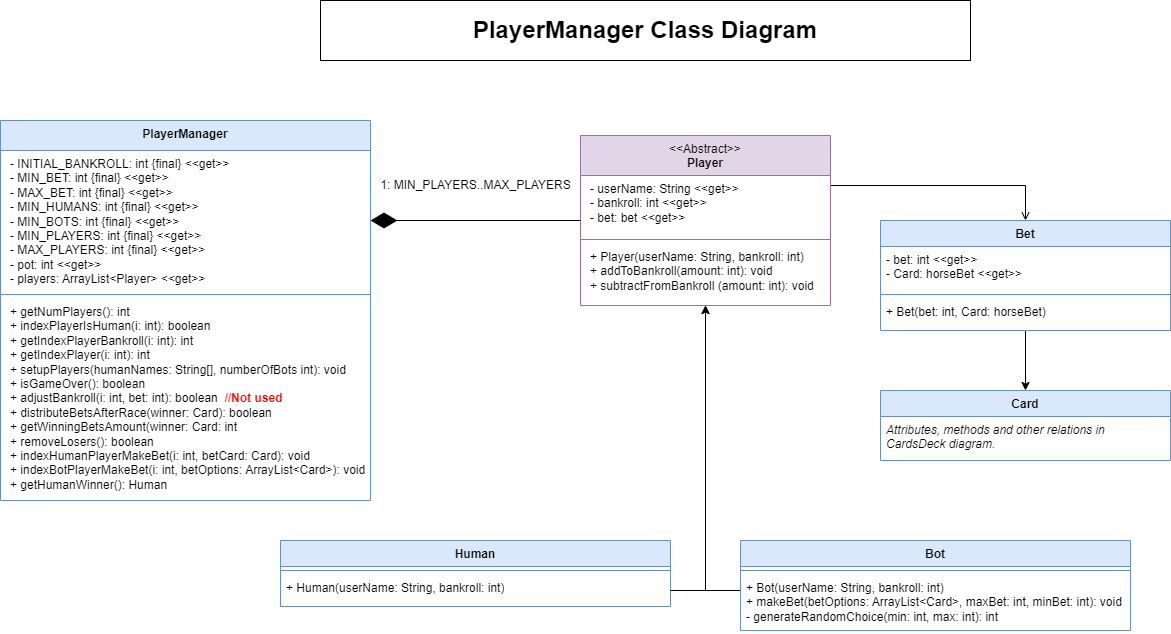
Before: resources/class-diagrams/PlayerManager.png, a diagram exported from draw.io (svmmydev/HorseRace-Console). Source tidied: cells renumbered, new cells last; positions are measured from the earlier drawing's top-left corner, leaving out a move shared by most shapes. Source of this version:
```xml
<mxGraphModel>
  <root>
    <mxCell id="0" />
    <mxCell id="1" parent="0" />
    <mxCell id="2" style="edgeStyle=orthogonalEdgeStyle;rounded=0;jettySize=auto;html=1;endArrow=open;endFill=0;" parent="1" edge="1" source="3" target="8">
      <mxGeometry relative="1" as="geometry">
        <Array as="points">
          <mxPoint x="740" y="185" />
          <mxPoint x="740" y="185" />
        </Array>
      </mxGeometry>
    </mxCell>
    <mxCell id="3" value="&lt;span style=&quot;font-weight: 400;&quot;&gt;&amp;lt;&amp;lt;Abstract&amp;gt;&amp;gt;&lt;/span&gt;&lt;br&gt;&lt;div&gt;Player&lt;/div&gt;" style="swimlane;fontStyle=1;align=center;verticalAlign=top;horizontal=1;startSize=40;whiteSpace=wrap;html=1;fillColor=#e1d5e7;strokeColor=#9673a6;" parent="1" vertex="1">
      <mxGeometry x="580" y="135" width="250" height="170" as="geometry" />
    </mxCell>
    <mxCell id="4" value="&lt;p style=&quot;margin: 0px 0px 0px 4px;&quot;&gt;- userName: String&amp;nbsp;&lt;span style=&quot;background-color: initial;&quot;&gt;&amp;lt;&amp;lt;get&amp;gt;&amp;gt;&lt;/span&gt;&lt;/p&gt;&lt;p style=&quot;margin: 0px 0px 0px 4px;&quot;&gt;- bankroll: int&amp;nbsp;&lt;span style=&quot;background-color: initial;&quot;&gt;&amp;lt;&amp;lt;get&amp;gt;&amp;gt;&lt;/span&gt;&lt;/p&gt;&lt;p style=&quot;margin: 0px 0px 0px 4px;&quot;&gt;- bet: bet&amp;nbsp;&lt;span style=&quot;background-color: initial;&quot;&gt;&amp;lt;&amp;lt;get&amp;gt;&amp;gt;&lt;/span&gt;&lt;/p&gt;" style="text;strokeColor=none;fillColor=none;align=left;verticalAlign=top;spacingLeft=4;spacingRight=4;overflow=hidden;whiteSpace=wrap;html=1;" parent="3" vertex="1">
      <mxGeometry y="40" width="250" height="60" as="geometry" />
    </mxCell>
    <mxCell id="5" style="line;strokeWidth=1;fillColor=none;align=left;verticalAlign=middle;spacingTop=-1;spacingLeft=3;spacingRight=3;labelPosition=right;strokeColor=inherit;" parent="3" vertex="1">
      <mxGeometry y="100" width="250" height="8" as="geometry" />
    </mxCell>
    <mxCell id="6" value="&lt;p style=&quot;margin: 0px 0px 0px 4px;&quot;&gt;+ Player(userName: String, bankroll: int)&lt;/p&gt;&lt;p style=&quot;margin: 0px 0px 0px 4px;&quot;&gt;+ addToBankroll(amount: int): void&lt;/p&gt;&lt;p style=&quot;margin: 0px 0px 0px 4px;&quot;&gt;+ subtractFromBankroll (amount: int): void&lt;/p&gt;" style="text;strokeColor=none;fillColor=none;align=left;verticalAlign=top;spacingLeft=4;spacingRight=4;overflow=hidden;whiteSpace=wrap;html=1;" parent="3" vertex="1">
      <mxGeometry y="108" width="250" height="62" as="geometry" />
    </mxCell>
    <mxCell id="7" style="edgeStyle=orthogonalEdgeStyle;rounded=0;jettySize=auto;html=1;" parent="1" edge="1" source="8" target="27">
      <mxGeometry relative="1" as="geometry" />
    </mxCell>
    <mxCell id="8" value="Bet" style="swimlane;fontStyle=1;align=center;verticalAlign=top;horizontal=1;startSize=26;whiteSpace=wrap;html=1;fillColor=#dae8fc;strokeColor=#6c8ebf;" parent="1" vertex="1">
      <mxGeometry x="880" y="220" width="290" height="110" as="geometry" />
    </mxCell>
    <mxCell id="9" value="- bet: int &amp;lt;&amp;lt;get&amp;gt;&amp;gt;&lt;div&gt;- Card: horseBet &amp;lt;&amp;lt;get&amp;gt;&amp;gt;&lt;/div&gt;" style="text;strokeColor=none;fillColor=none;align=left;verticalAlign=top;spacingLeft=4;spacingRight=4;overflow=hidden;whiteSpace=wrap;html=1;" parent="8" vertex="1">
      <mxGeometry y="26" width="290" height="44" as="geometry" />
    </mxCell>
    <mxCell id="10" style="line;strokeWidth=1;fillColor=none;align=left;verticalAlign=middle;spacingTop=-1;spacingLeft=3;spacingRight=3;labelPosition=right;strokeColor=inherit;" parent="8" vertex="1">
      <mxGeometry y="70" width="290" height="8" as="geometry" />
    </mxCell>
    <mxCell id="11" value="+ Bet(bet: int,&amp;nbsp;&lt;span style=&quot;background-color: initial;&quot;&gt;Card: horseBet)&lt;/span&gt;" style="text;strokeColor=none;fillColor=none;align=left;verticalAlign=top;spacingLeft=4;spacingRight=4;overflow=hidden;whiteSpace=wrap;html=1;" parent="8" vertex="1">
      <mxGeometry y="78" width="290" height="32" as="geometry" />
    </mxCell>
    <mxCell id="12" value="Human" style="swimlane;fontStyle=1;align=center;verticalAlign=top;horizontal=1;startSize=26;whiteSpace=wrap;html=1;fillColor=#dae8fc;strokeColor=#6c8ebf;" parent="1" vertex="1">
      <mxGeometry x="280" y="540" width="390" height="66" as="geometry" />
    </mxCell>
    <mxCell id="13" style="line;strokeWidth=1;fillColor=none;align=left;verticalAlign=middle;spacingTop=-1;spacingLeft=3;spacingRight=3;labelPosition=right;strokeColor=inherit;" parent="12" vertex="1">
      <mxGeometry y="26" width="390" height="8" as="geometry" />
    </mxCell>
    <mxCell id="14" value="+ Human(userName: String, bankroll: int&lt;span style=&quot;background-color: initial;&quot;&gt;)&lt;/span&gt;" style="text;strokeColor=none;fillColor=none;align=left;verticalAlign=top;spacingLeft=4;spacingRight=4;overflow=hidden;points=[[0,0.5],[1,0.5]];portConstraint=eastwest;whiteSpace=wrap;html=1;" parent="12" vertex="1">
      <mxGeometry y="34" width="390" height="32" as="geometry" />
    </mxCell>
    <mxCell id="15" style="edgeStyle=orthogonalEdgeStyle;rounded=0;jettySize=auto;html=1;" parent="1" edge="1" source="16" target="3">
      <mxGeometry relative="1" as="geometry">
        <Array as="points">
          <mxPoint x="705" y="590" />
        </Array>
      </mxGeometry>
    </mxCell>
    <mxCell id="16" value="Bot" style="swimlane;fontStyle=1;align=center;verticalAlign=top;horizontal=1;startSize=26;whiteSpace=wrap;html=1;fillColor=#dae8fc;strokeColor=#6c8ebf;" parent="1" vertex="1">
      <mxGeometry x="740" y="540" width="390" height="90" as="geometry" />
    </mxCell>
    <mxCell id="17" style="line;strokeWidth=1;fillColor=none;align=left;verticalAlign=middle;spacingTop=-1;spacingLeft=3;spacingRight=3;labelPosition=right;strokeColor=inherit;" parent="16" vertex="1">
      <mxGeometry y="26" width="390" height="8" as="geometry" />
    </mxCell>
    <mxCell id="18" value="+ Bot(userName: String, bankroll: int&lt;span style=&quot;background-color: initial;&quot;&gt;)&lt;/span&gt;&lt;div&gt;&lt;span style=&quot;background-color: initial;&quot;&gt;+ makeBet(betOptions: ArrayList&amp;lt;Card&amp;gt;, maxBet: int, minBet: int): void&lt;/span&gt;&lt;/div&gt;&lt;div&gt;&lt;span style=&quot;background-color: initial;&quot;&gt;- generateRandomChoice(&lt;/span&gt;&lt;span style=&quot;background-color: initial;&quot;&gt;min: int, max: int): int&lt;/span&gt;&lt;/div&gt;" style="text;strokeColor=none;fillColor=none;align=left;verticalAlign=top;spacingLeft=4;spacingRight=4;overflow=hidden;whiteSpace=wrap;html=1;" parent="16" vertex="1">
      <mxGeometry y="34" width="390" height="56" as="geometry" />
    </mxCell>
    <mxCell id="19" style="edgeStyle=orthogonalEdgeStyle;rounded=0;jettySize=auto;html=1;" parent="1" edge="1" source="14" target="3">
      <mxGeometry relative="1" as="geometry" />
    </mxCell>
    <mxCell id="20" value="&lt;div&gt;PlayerManager&lt;/div&gt;" style="swimlane;fontStyle=1;align=center;verticalAlign=top;horizontal=1;startSize=30;whiteSpace=wrap;html=1;fillColor=#dae8fc;strokeColor=#6c8ebf;" parent="1" vertex="1">
      <mxGeometry y="120" width="370" height="380" as="geometry" />
    </mxCell>
    <mxCell id="21" value="&lt;p style=&quot;margin: 0px 0px 0px 4px;&quot;&gt;- INITIAL_BANKROLL: int {final}&amp;nbsp;&lt;span style=&quot;background-color: initial;&quot;&gt;&amp;lt;&amp;lt;get&amp;gt;&amp;gt;&lt;/span&gt;&lt;/p&gt;&lt;p style=&quot;margin: 0px 0px 0px 4px;&quot;&gt;- MIN_BET: int {final}&lt;span style=&quot;background-color: initial;&quot;&gt;&amp;nbsp;&lt;/span&gt;&lt;span style=&quot;background-color: initial;&quot;&gt;&amp;lt;&amp;lt;get&amp;gt;&amp;gt;&lt;/span&gt;&lt;/p&gt;&lt;p style=&quot;margin: 0px 0px 0px 4px;&quot;&gt;- MAX_BET: int&amp;nbsp;&lt;span style=&quot;background-color: initial;&quot;&gt;{final}&lt;/span&gt;&lt;span style=&quot;background-color: initial;&quot;&gt;&amp;nbsp;&lt;/span&gt;&lt;span style=&quot;background-color: initial;&quot;&gt;&amp;lt;&amp;lt;get&amp;gt;&amp;gt;&lt;/span&gt;&lt;/p&gt;&lt;p style=&quot;margin: 0px 0px 0px 4px;&quot;&gt;&lt;span style=&quot;background-color: initial;&quot;&gt;- MIN_HUMANS&lt;/span&gt;&lt;span style=&quot;background-color: initial;&quot;&gt;: int&amp;nbsp;&lt;/span&gt;&lt;span style=&quot;background-color: initial;&quot;&gt;{final}&lt;/span&gt;&lt;span style=&quot;background-color: initial;&quot;&gt;&amp;nbsp;&lt;/span&gt;&lt;span style=&quot;background-color: initial;&quot;&gt;&amp;lt;&amp;lt;get&amp;gt;&amp;gt;&lt;/span&gt;&lt;/p&gt;&lt;p style=&quot;margin: 0px 0px 0px 4px;&quot;&gt;&lt;span style=&quot;background-color: initial;&quot;&gt;- MIN_BOTS&lt;/span&gt;&lt;span style=&quot;background-color: initial;&quot;&gt;: int&amp;nbsp;&lt;/span&gt;&lt;span style=&quot;background-color: initial;&quot;&gt;{final}&lt;/span&gt;&lt;span style=&quot;background-color: initial;&quot;&gt;&amp;nbsp;&lt;/span&gt;&lt;span style=&quot;background-color: initial;&quot;&gt;&amp;lt;&amp;lt;get&amp;gt;&amp;gt;&lt;/span&gt;&lt;/p&gt;&lt;p style=&quot;margin: 0px 0px 0px 4px;&quot;&gt;&lt;span style=&quot;background-color: initial;&quot;&gt;- MIN_PLAYERS&lt;/span&gt;&lt;span style=&quot;background-color: initial;&quot;&gt;: int&amp;nbsp;&lt;/span&gt;&lt;span style=&quot;background-color: initial;&quot;&gt;{final}&lt;/span&gt;&lt;span style=&quot;background-color: initial;&quot;&gt;&amp;nbsp;&lt;/span&gt;&lt;span style=&quot;background-color: initial;&quot;&gt;&amp;lt;&amp;lt;get&amp;gt;&amp;gt;&lt;/span&gt;&lt;/p&gt;&lt;p style=&quot;margin: 0px 0px 0px 4px;&quot;&gt;- MAX_PLAYERS&lt;span style=&quot;background-color: initial;&quot;&gt;: int&amp;nbsp;&lt;/span&gt;&lt;span style=&quot;background-color: initial;&quot;&gt;{final}&lt;/span&gt;&lt;span style=&quot;background-color: initial;&quot;&gt;&amp;nbsp;&lt;/span&gt;&lt;span style=&quot;background-color: initial;&quot;&gt;&amp;lt;&amp;lt;get&amp;gt;&amp;gt;&lt;/span&gt;&lt;/p&gt;&lt;p style=&quot;margin: 0px 0px 0px 4px;&quot;&gt;&lt;span style=&quot;background-color: initial;&quot;&gt;- pot: int &amp;lt;&amp;lt;get&amp;gt;&amp;gt;&lt;/span&gt;&lt;/p&gt;&lt;p style=&quot;margin: 0px 0px 0px 4px;&quot;&gt;&lt;span style=&quot;background-color: initial;&quot;&gt;- players: ArrayList&amp;lt;Player&amp;gt; &amp;lt;&amp;lt;get&amp;gt;&amp;gt;&lt;/span&gt;&lt;/p&gt;" style="text;strokeColor=none;fillColor=none;align=left;verticalAlign=top;spacingLeft=4;spacingRight=4;overflow=hidden;points=[[0,0.5],[1,0.5]];portConstraint=eastwest;whiteSpace=wrap;html=1;" parent="20" vertex="1">
      <mxGeometry y="30" width="370" height="140" as="geometry" />
    </mxCell>
    <mxCell id="22" style="line;strokeWidth=1;fillColor=none;align=left;verticalAlign=middle;spacingTop=-1;spacingLeft=3;spacingRight=3;labelPosition=right;strokeColor=inherit;" parent="20" vertex="1">
      <mxGeometry y="170" width="370" height="8" as="geometry" />
    </mxCell>
    <mxCell id="23" value="&lt;p style=&quot;margin: 0px 0px 0px 4px;&quot;&gt;+ getNumPlayers(): int&lt;/p&gt;&lt;p style=&quot;margin: 0px 0px 0px 4px;&quot;&gt;+ indexPlayerIsHuman(i: int): boolean&lt;/p&gt;&lt;p style=&quot;margin: 0px 0px 0px 4px;&quot;&gt;+ getIndexPlayerBankroll(i: int): int&lt;/p&gt;&lt;p style=&quot;margin: 0px 0px 0px 4px;&quot;&gt;+ getIndexPlayer(i: int): int&lt;/p&gt;&lt;p style=&quot;margin: 0px 0px 0px 4px;&quot;&gt;+ setupPlayers(humanNames: String[], numberOfBots int): void&lt;/p&gt;&lt;p style=&quot;margin: 0px 0px 0px 4px;&quot;&gt;+ isGameOver(): boolean&lt;/p&gt;&lt;p style=&quot;margin: 0px 0px 0px 4px;&quot;&gt;+ adjustBankroll(i: int, bet: int): boolean&amp;nbsp; &lt;b&gt;&lt;font color=&quot;#ff0000&quot;&gt;//Not used&lt;/font&gt;&lt;/b&gt;&lt;/p&gt;&lt;p style=&quot;margin: 0px 0px 0px 4px;&quot;&gt;+ distributeBetsAfterRace(winner: Card): boolean&lt;/p&gt;&lt;p style=&quot;margin: 0px 0px 0px 4px;&quot;&gt;+ getWinningBetsAmount(winner: Card: int&lt;/p&gt;&lt;p style=&quot;margin: 0px 0px 0px 4px;&quot;&gt;+ removeLosers(): boolean&lt;/p&gt;&lt;p style=&quot;margin: 0px 0px 0px 4px;&quot;&gt;+ indexHumanPlayerMakeBet(i: int, betCard: Card): void&lt;/p&gt;&lt;p style=&quot;margin: 0px 0px 0px 4px;&quot;&gt;+ indexBotPlayerMakeBet(i: int, betOptions: ArrayList&amp;lt;Card&amp;gt;): void&lt;br&gt;&lt;/p&gt;&lt;p style=&quot;margin: 0px 0px 0px 4px;&quot;&gt;+ getHumanWinner(): Human&lt;/p&gt;" style="text;strokeColor=none;fillColor=none;align=left;verticalAlign=top;spacingLeft=4;spacingRight=4;overflow=hidden;whiteSpace=wrap;html=1;" parent="20" vertex="1">
      <mxGeometry y="178" width="370" height="202" as="geometry" />
    </mxCell>
    <mxCell id="24" style="endArrow=diamondThin;endFill=1;endSize=24;html=1;rounded=0;" parent="1" edge="1" source="3" target="21">
      <mxGeometry relative="1" as="geometry" />
    </mxCell>
    <mxCell id="25" value="1: MIN_PLAYERS..MAX_PLAYERS" style="text;html=1;align=center;verticalAlign=middle;strokeColor=none;fillColor=none;" parent="1" vertex="1">
      <mxGeometry x="370" y="170" width="210" height="30" as="geometry" />
    </mxCell>
    <mxCell id="26" value="PlayerManager Class Diagram" style="rounded=0;whiteSpace=wrap;html=1;fontStyle=1;fontSize=24;" parent="1" vertex="1">
      <mxGeometry x="320" width="650" height="60" as="geometry" />
    </mxCell>
    <mxCell id="27" value="&lt;b&gt;Card&lt;/b&gt;" style="swimlane;fontStyle=0;align=center;verticalAlign=top;horizontal=1;startSize=26;whiteSpace=wrap;html=1;fillColor=#dae8fc;strokeColor=#6c8ebf;" parent="1" vertex="1">
      <mxGeometry x="880" y="390" width="290" height="70" as="geometry" />
    </mxCell>
    <mxCell id="28" value="&lt;i&gt;Attributes, methods and other relations in CardsDeck diagram.&lt;/i&gt;" style="text;align=left;verticalAlign=top;spacingLeft=4;spacingRight=4;overflow=hidden;whiteSpace=wrap;html=1;" parent="27" vertex="1">
      <mxGeometry y="26" width="290" height="44" as="geometry" />
    </mxCell>
  </root>
</mxGraphModel>
```
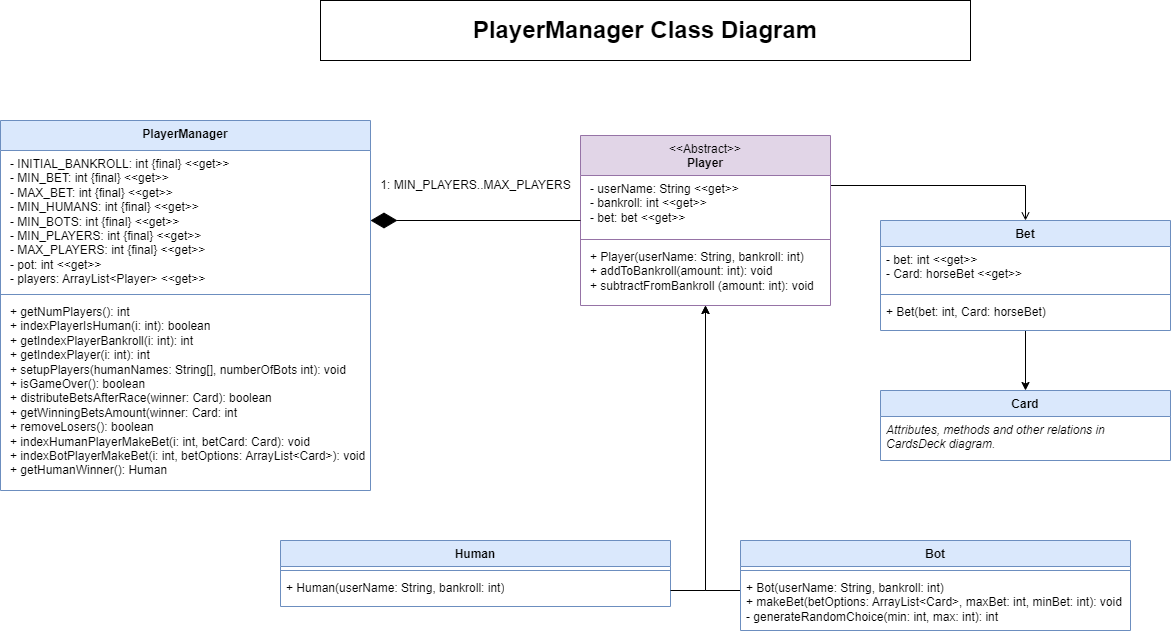
Later version of the same file.

The edit, as a diff of the source:
```diff
@@ -66,7 +66,7 @@
       <mxGeometry relative="1" as="geometry" />
     </mxCell>
     <mxCell id="20" value="&lt;div&gt;PlayerManager&lt;/div&gt;" style="swimlane;fontStyle=1;align=center;verticalAlign=top;horizontal=1;startSize=30;whiteSpace=wrap;html=1;fillColor=#dae8fc;strokeColor=#6c8ebf;" parent="1" vertex="1">
-      <mxGeometry y="120" width="370" height="380" as="geometry" />
+      <mxGeometry y="120" width="370" height="370" as="geometry" />
     </mxCell>
     <mxCell id="21" value="&lt;p style=&quot;margin: 0px 0px 0px 4px;&quot;&gt;- INITIAL_BANKROLL: int {final}&amp;nbsp;&lt;span style=&quot;background-color: initial;&quot;&gt;&amp;lt;&amp;lt;get&amp;gt;&amp;gt;&lt;/span&gt;&lt;/p&gt;&lt;p style=&quot;margin: 0px 0px 0px 4px;&quot;&gt;- MIN_BET: int {final}&lt;span style=&quot;background-color: initial;&quot;&gt;&amp;nbsp;&lt;/span&gt;&lt;span style=&quot;background-color: initial;&quot;&gt;&amp;lt;&amp;lt;get&amp;gt;&amp;gt;&lt;/span&gt;&lt;/p&gt;&lt;p style=&quot;margin: 0px 0px 0px 4px;&quot;&gt;- MAX_BET: int&amp;nbsp;&lt;span style=&quot;background-color: initial;&quot;&gt;{final}&lt;/span&gt;&lt;span style=&quot;background-color: initial;&quot;&gt;&amp;nbsp;&lt;/span&gt;&lt;span style=&quot;background-color: initial;&quot;&gt;&amp;lt;&amp;lt;get&amp;gt;&amp;gt;&lt;/span&gt;&lt;/p&gt;&lt;p style=&quot;margin: 0px 0px 0px 4px;&quot;&gt;&lt;span style=&quot;background-color: initial;&quot;&gt;- MIN_HUMANS&lt;/span&gt;&lt;span style=&quot;background-color: initial;&quot;&gt;: int&amp;nbsp;&lt;/span&gt;&lt;span style=&quot;background-color: initial;&quot;&gt;{final}&lt;/span&gt;&lt;span style=&quot;background-color: initial;&quot;&gt;&amp;nbsp;&lt;/span&gt;&lt;span style=&quot;background-color: initial;&quot;&gt;&amp;lt;&amp;lt;get&amp;gt;&amp;gt;&lt;/span&gt;&lt;/p&gt;&lt;p style=&quot;margin: 0px 0px 0px 4px;&quot;&gt;&lt;span style=&quot;background-color: initial;&quot;&gt;- MIN_BOTS&lt;/span&gt;&lt;span style=&quot;background-color: initial;&quot;&gt;: int&amp;nbsp;&lt;/span&gt;&lt;span style=&quot;background-color: initial;&quot;&gt;{final}&lt;/span&gt;&lt;span style=&quot;background-color: initial;&quot;&gt;&amp;nbsp;&lt;/span&gt;&lt;span style=&quot;background-color: initial;&quot;&gt;&amp;lt;&amp;lt;get&amp;gt;&amp;gt;&lt;/span&gt;&lt;/p&gt;&lt;p style=&quot;margin: 0px 0px 0px 4px;&quot;&gt;&lt;span style=&quot;background-color: initial;&quot;&gt;- MIN_PLAYERS&lt;/span&gt;&lt;span style=&quot;background-color: initial;&quot;&gt;: int&amp;nbsp;&lt;/span&gt;&lt;span style=&quot;background-color: initial;&quot;&gt;{final}&lt;/span&gt;&lt;span style=&quot;background-color: initial;&quot;&gt;&amp;nbsp;&lt;/span&gt;&lt;span style=&quot;background-color: initial;&quot;&gt;&amp;lt;&amp;lt;get&amp;gt;&amp;gt;&lt;/span&gt;&lt;/p&gt;&lt;p style=&quot;margin: 0px 0px 0px 4px;&quot;&gt;- MAX_PLAYERS&lt;span style=&quot;background-color: initial;&quot;&gt;: int&amp;nbsp;&lt;/span&gt;&lt;span style=&quot;background-color: initial;&quot;&gt;{final}&lt;/span&gt;&lt;span style=&quot;background-color: initial;&quot;&gt;&amp;nbsp;&lt;/span&gt;&lt;span style=&quot;background-color: initial;&quot;&gt;&amp;lt;&amp;lt;get&amp;gt;&amp;gt;&lt;/span&gt;&lt;/p&gt;&lt;p style=&quot;margin: 0px 0px 0px 4px;&quot;&gt;&lt;span style=&quot;background-color: initial;&quot;&gt;- pot: int &amp;lt;&amp;lt;get&amp;gt;&amp;gt;&lt;/span&gt;&lt;/p&gt;&lt;p style=&quot;margin: 0px 0px 0px 4px;&quot;&gt;&lt;span style=&quot;background-color: initial;&quot;&gt;- players: ArrayList&amp;lt;Player&amp;gt; &amp;lt;&amp;lt;get&amp;gt;&amp;gt;&lt;/span&gt;&lt;/p&gt;" style="text;strokeColor=none;fillColor=none;align=left;verticalAlign=top;spacingLeft=4;spacingRight=4;overflow=hidden;points=[[0,0.5],[1,0.5]];portConstraint=eastwest;whiteSpace=wrap;html=1;" parent="20" vertex="1">
       <mxGeometry y="30" width="370" height="140" as="geometry" />
@@ -74,8 +74,8 @@
     <mxCell id="22" style="line;strokeWidth=1;fillColor=none;align=left;verticalAlign=middle;spacingTop=-1;spacingLeft=3;spacingRight=3;labelPosition=right;strokeColor=inherit;" parent="20" vertex="1">
       <mxGeometry y="170" width="370" height="8" as="geometry" />
     </mxCell>
-    <mxCell id="23" value="&lt;p style=&quot;margin: 0px 0px 0px 4px;&quot;&gt;+ getNumPlayers(): int&lt;/p&gt;&lt;p style=&quot;margin: 0px 0px 0px 4px;&quot;&gt;+ indexPlayerIsHuman(i: int): boolean&lt;/p&gt;&lt;p style=&quot;margin: 0px 0px 0px 4px;&quot;&gt;+ getIndexPlayerBankroll(i: int): int&lt;/p&gt;&lt;p style=&quot;margin: 0px 0px 0px 4px;&quot;&gt;+ getIndexPlayer(i: int): int&lt;/p&gt;&lt;p style=&quot;margin: 0px 0px 0px 4px;&quot;&gt;+ setupPlayers(humanNames: String[], numberOfBots int): void&lt;/p&gt;&lt;p style=&quot;margin: 0px 0px 0px 4px;&quot;&gt;+ isGameOver(): boolean&lt;/p&gt;&lt;p style=&quot;margin: 0px 0px 0px 4px;&quot;&gt;+ adjustBankroll(i: int, bet: int): boolean&amp;nbsp; &lt;b&gt;&lt;font color=&quot;#ff0000&quot;&gt;//Not used&lt;/font&gt;&lt;/b&gt;&lt;/p&gt;&lt;p style=&quot;margin: 0px 0px 0px 4px;&quot;&gt;+ distributeBetsAfterRace(winner: Card): boolean&lt;/p&gt;&lt;p style=&quot;margin: 0px 0px 0px 4px;&quot;&gt;+ getWinningBetsAmount(winner: Card: int&lt;/p&gt;&lt;p style=&quot;margin: 0px 0px 0px 4px;&quot;&gt;+ removeLosers(): boolean&lt;/p&gt;&lt;p style=&quot;margin: 0px 0px 0px 4px;&quot;&gt;+ indexHumanPlayerMakeBet(i: int, betCard: Card): void&lt;/p&gt;&lt;p style=&quot;margin: 0px 0px 0px 4px;&quot;&gt;+ indexBotPlayerMakeBet(i: int, betOptions: ArrayList&amp;lt;Card&amp;gt;): void&lt;br&gt;&lt;/p&gt;&lt;p style=&quot;margin: 0px 0px 0px 4px;&quot;&gt;+ getHumanWinner(): Human&lt;/p&gt;" style="text;strokeColor=none;fillColor=none;align=left;verticalAlign=top;spacingLeft=4;spacingRight=4;overflow=hidden;whiteSpace=wrap;html=1;" parent="20" vertex="1">
-      <mxGeometry y="178" width="370" height="202" as="geometry" />
+    <mxCell id="23" value="&lt;p style=&quot;margin: 0px 0px 0px 4px;&quot;&gt;+ getNumPlayers(): int&lt;/p&gt;&lt;p style=&quot;margin: 0px 0px 0px 4px;&quot;&gt;+ indexPlayerIsHuman(i: int): boolean&lt;/p&gt;&lt;p style=&quot;margin: 0px 0px 0px 4px;&quot;&gt;+ getIndexPlayerBankroll(i: int): int&lt;/p&gt;&lt;p style=&quot;margin: 0px 0px 0px 4px;&quot;&gt;+ getIndexPlayer(i: int): int&lt;/p&gt;&lt;p style=&quot;margin: 0px 0px 0px 4px;&quot;&gt;+ setupPlayers(humanNames: String[], numberOfBots int): void&lt;/p&gt;&lt;p style=&quot;margin: 0px 0px 0px 4px;&quot;&gt;+ isGameOver(): boolean&lt;/p&gt;&lt;p style=&quot;margin: 0px 0px 0px 4px;&quot;&gt;+ distributeBetsAfterRace(winner: Card): boolean&lt;/p&gt;&lt;p style=&quot;margin: 0px 0px 0px 4px;&quot;&gt;+ getWinningBetsAmount(winner: Card: int&lt;/p&gt;&lt;p style=&quot;margin: 0px 0px 0px 4px;&quot;&gt;+ removeLosers(): boolean&lt;/p&gt;&lt;p style=&quot;margin: 0px 0px 0px 4px;&quot;&gt;+ indexHumanPlayerMakeBet(i: int, betCard: Card): void&lt;/p&gt;&lt;p style=&quot;margin: 0px 0px 0px 4px;&quot;&gt;+ indexBotPlayerMakeBet(i: int, betOptions: ArrayList&amp;lt;Card&amp;gt;): void&lt;br&gt;&lt;/p&gt;&lt;p style=&quot;margin: 0px 0px 0px 4px;&quot;&gt;+ getHumanWinner(): Human&lt;/p&gt;" style="text;strokeColor=none;fillColor=none;align=left;verticalAlign=top;spacingLeft=4;spacingRight=4;overflow=hidden;whiteSpace=wrap;html=1;" parent="20" vertex="1">
+      <mxGeometry y="178" width="370" height="192" as="geometry" />
     </mxCell>
     <mxCell id="24" style="endArrow=diamondThin;endFill=1;endSize=24;html=1;rounded=0;" parent="1" edge="1" source="3" target="21">
       <mxGeometry relative="1" as="geometry" />
```
